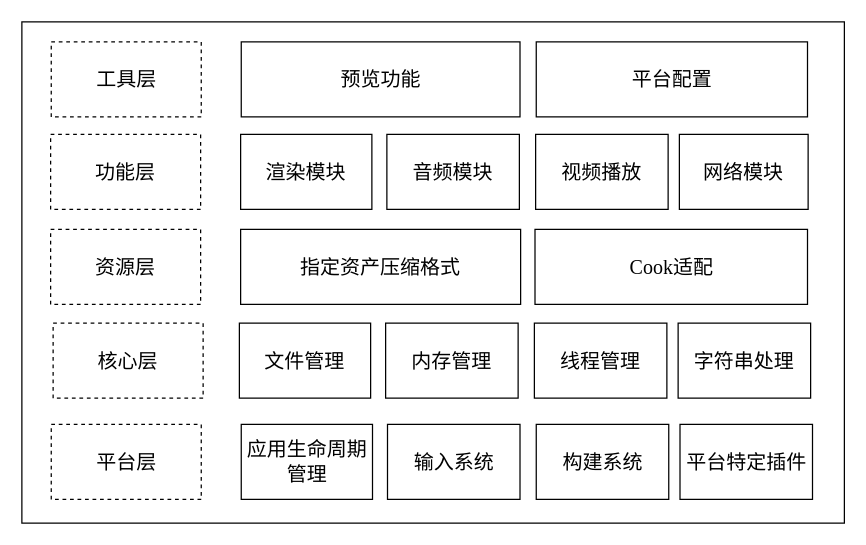
Earlier version of the draw.io diagram 整体架构图.drawio (xiqiniu/xiqiniu.github.io). Source tidied: cells renumbered, new cells numbered last; positions are measured from the earlier drawing's top-left corner, leaving out a move shared by most shapes. Both pictures are drawn from the tidied source at 125%, with x=0, y=0 at pixel (21, 21).
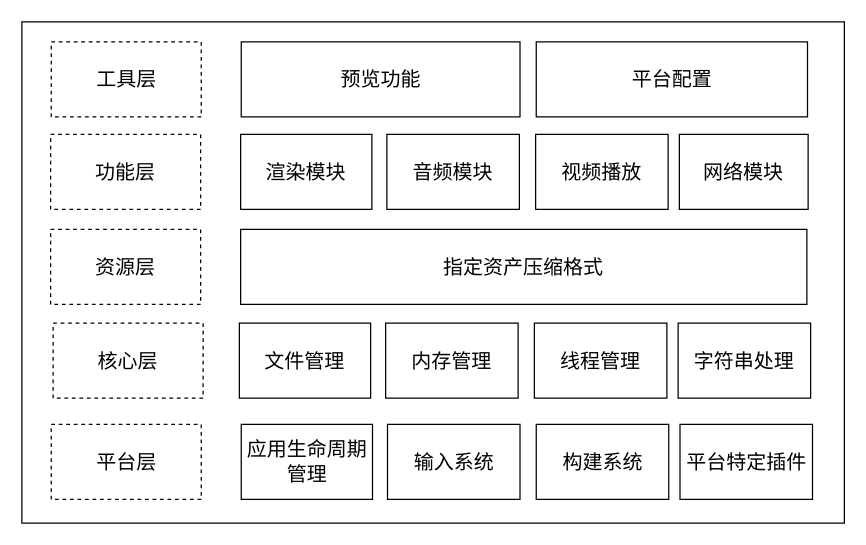
Above is the later version.

Commit message:
更新整体架构图.drawio

Diff of the diagram source:
```diff
@@
     <mxCell id="14" value="指定资产压缩格式" style="rounded=0;whiteSpace=wrap;html=1;fontFamily=Times New Roman;fontSize=16;" parent="1" vertex="1">
-      <mxGeometry x="175" y="166" width="224" height="60" as="geometry" />
+      <mxGeometry x="175" y="166" width="453" height="60" as="geometry" />
     </mxCell>
-    <mxCell id="15" value="Cook适配" style="rounded=0;whiteSpace=wrap;html=1;fontFamily=Times New Roman;fontSize=16;" parent="1" vertex="1">
-      <mxGeometry x="410.5" y="166" width="218" height="60" as="geometry" />
-    </mxCell>
```
